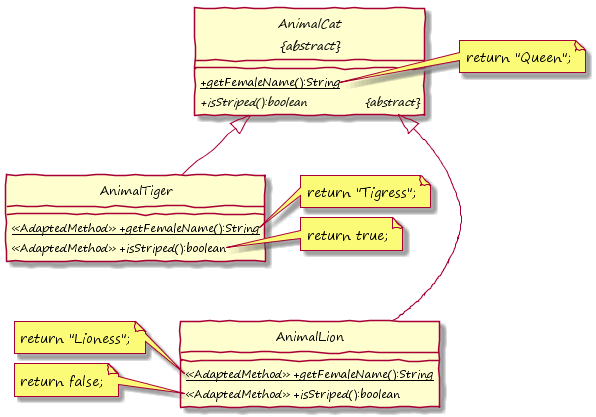
Above: images/PlantUML_Modification_Variables_Out.png in KirstenZa/xtend-etai (PlantUML), before the change. Source of this version:
```plantuml
@startuml

hide circle
skinparam handwritten true
skinparam DefaultFontName "Segoe Print"
skinparam classAttributeIconSize 0
!pragma horizontalLineBetweenDifferentPackageAllowed

abstract class "AnimalCat\n&#123;abstract&#125;" as AnimalCat {
	{static} +getFemaleName():String
	{abstract} +isStriped():boolean &#009; &#009; &#123;abstract&#125;
}

class AnimalLion {
    <<AdaptedMethod>> {static} +getFemaleName():String
    <<AdaptedMethod>> +isStriped():boolean
}
class AnimalTiger {
    <<AdaptedMethod>> {static} +getFemaleName():String
    <<AdaptedMethod>> +isStriped():boolean
}

AnimalCat <|-down- AnimalLion
AnimalCat <|-down- AnimalTiger

note right of AnimalCat::getFemaleName
  return "Queen";
end note

note left of AnimalLion::getFemaleName
  return "Lioness";
end note

note left of AnimalLion::isStriped
  return false;
end note

note right of AnimalTiger::getFemaleName
  return "Tigress";
end note

note right of AnimalTiger::isStriped
  return true;
end note

AnimalLion <-down[hidden]- AnimalTiger

@enduml
```
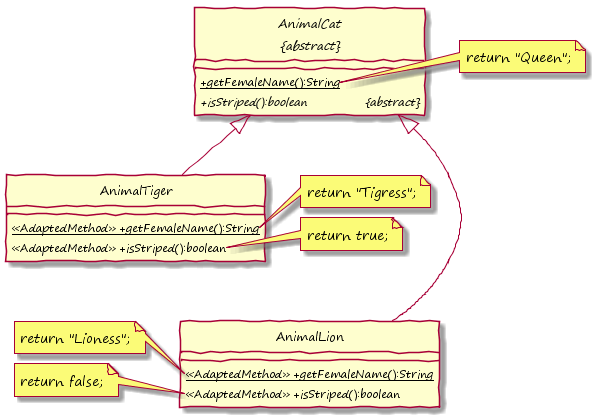
The same file after the commit.

The edit, as a diff of the source:
```diff
@@ -23,23 +23,23 @@
 AnimalCat <|-down- AnimalLion
 AnimalCat <|-down- AnimalTiger
 
-note right of AnimalCat::getFemaleName
+note right of AnimalCat::getFemaleName()
   return "Queen";
 end note
 
-note left of AnimalLion::getFemaleName
+note left of AnimalLion::getFemaleName()
   return "Lioness";
 end note
 
-note left of AnimalLion::isStriped
+note left of AnimalLion::isStriped()
   return false;
 end note
 
-note right of AnimalTiger::getFemaleName
+note right of AnimalTiger::getFemaleName()
   return "Tigress";
 end note
 
-note right of AnimalTiger::isStriped
+note right of AnimalTiger::isStriped()
   return true;
 end note
 
```
